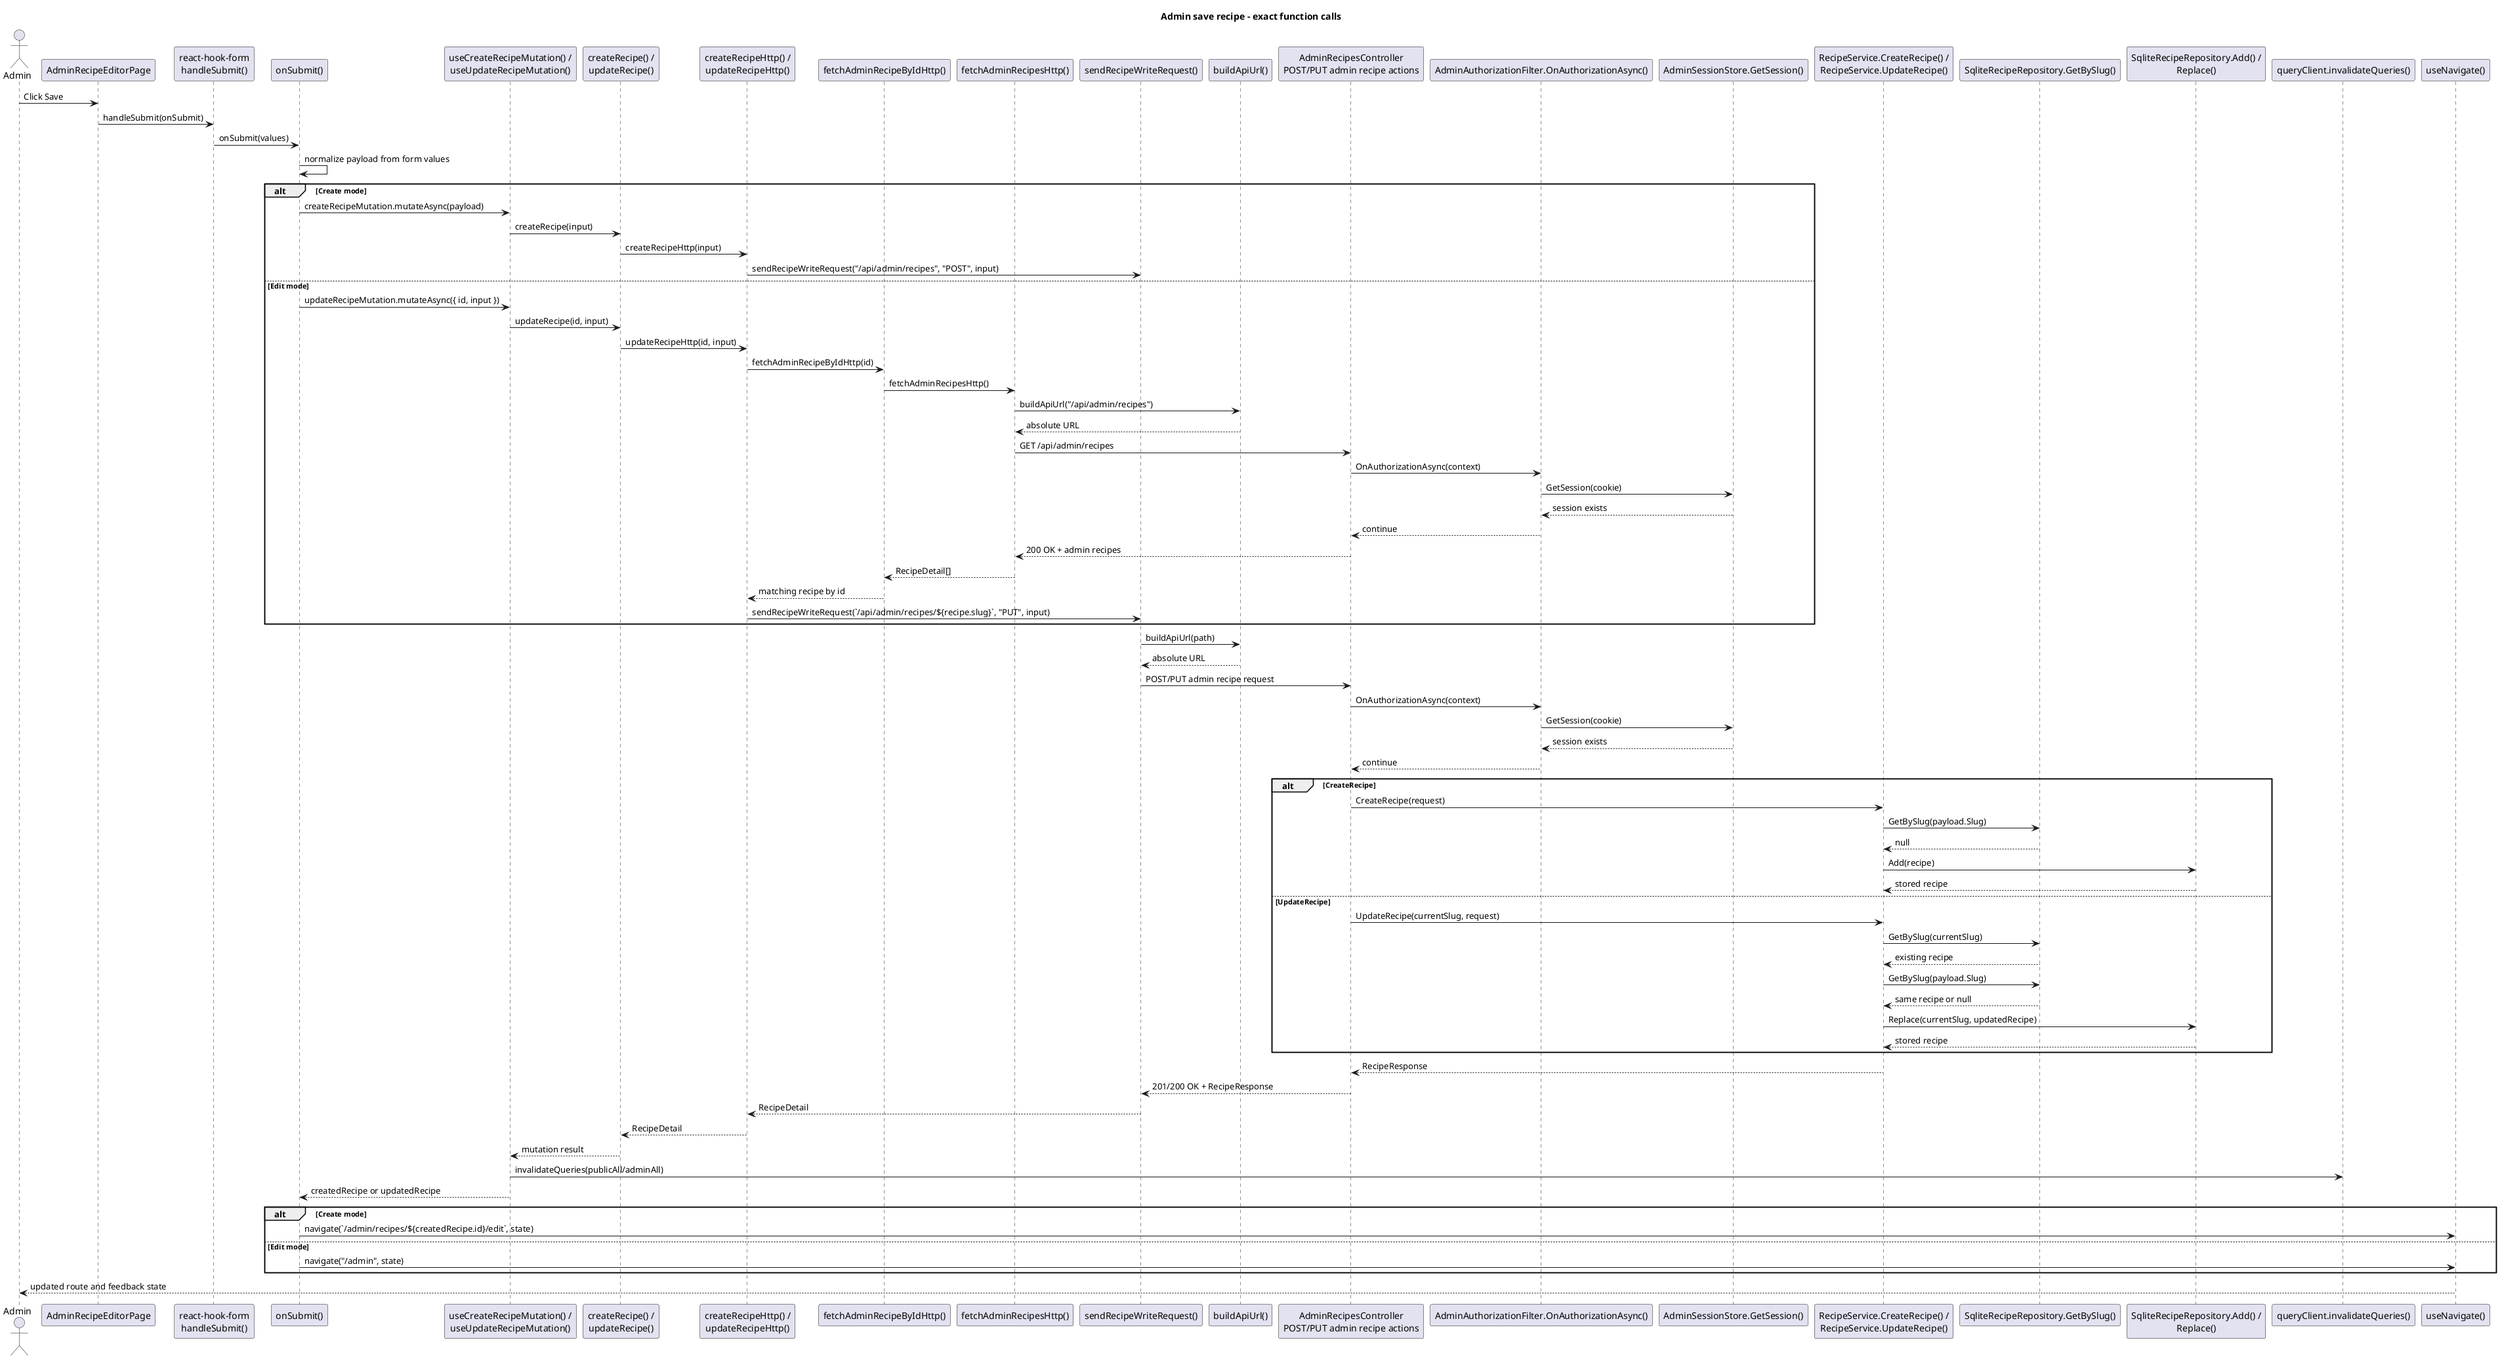
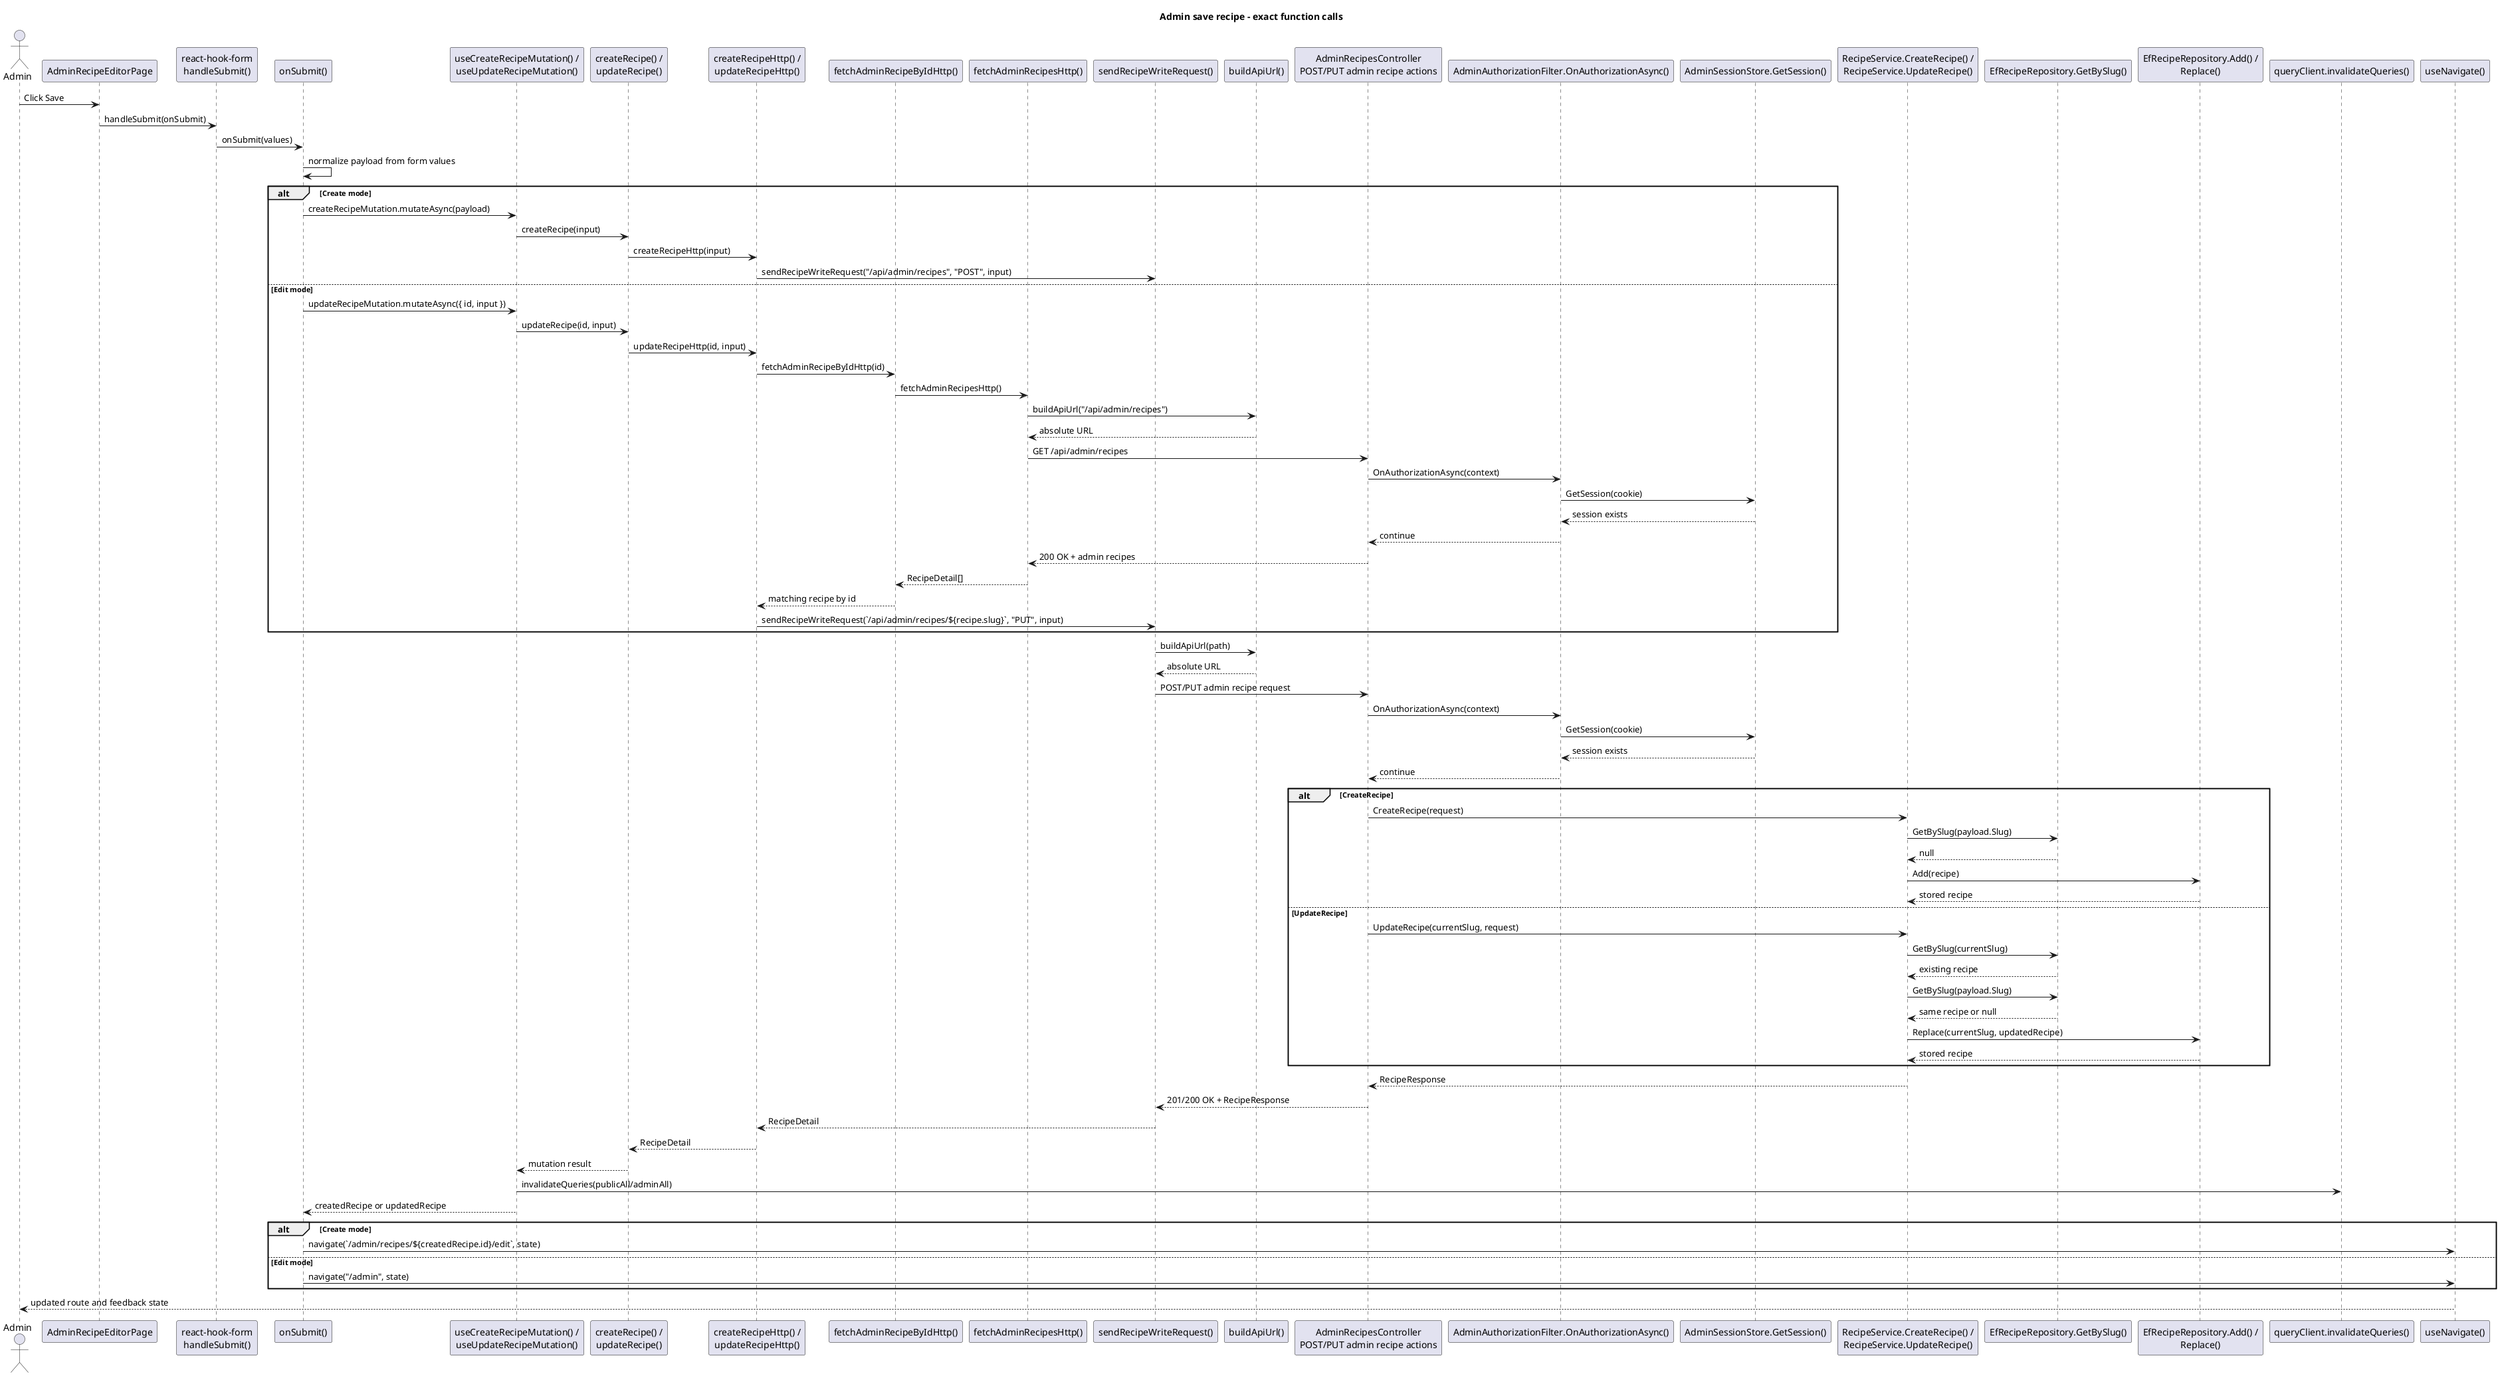
@startuml
title Admin save recipe - exact function calls

actor Admin
participant "AdminRecipeEditorPage" as EditorPage
participant "react-hook-form\nhandleSubmit()" as HandleSubmit
participant "onSubmit()" as OnSubmit
participant "useCreateRecipeMutation() /\nuseUpdateRecipeMutation()" as SaveMutation
participant "createRecipe() /\nupdateRecipe()" as RecipeApiFacade
participant "createRecipeHttp() /\nupdateRecipeHttp()" as RecipeHttpAdapter
participant "fetchAdminRecipeByIdHttp()" as FetchAdminByIdHttp
participant "fetchAdminRecipesHttp()" as FetchAdminRecipesHttp
participant "sendRecipeWriteRequest()" as SendWriteRequest
participant "buildApiUrl()" as BuildApiUrl
participant "AdminRecipesController\nPOST/PUT admin recipe actions" as AdminEndpoint
participant "AdminAuthorizationFilter.OnAuthorizationAsync()" as Filter
participant "AdminSessionStore.GetSession()" as GetSession
participant "RecipeService.CreateRecipe() /\nRecipeService.UpdateRecipe()" as RecipeService
- participant "SqliteRecipeRepository.GetBySlug()" as RepoGetBySlug
- participant "SqliteRecipeRepository.Add() /\nReplace()" as RepoWrite
+ participant "EfRecipeRepository.GetBySlug()" as RepoGetBySlug
+ participant "EfRecipeRepository.Add() /\nReplace()" as RepoWrite
participant "queryClient.invalidateQueries()" as InvalidateQueries
participant "useNavigate()" as Navigate

Admin -> EditorPage : Click Save
EditorPage -> HandleSubmit : handleSubmit(onSubmit)
HandleSubmit -> OnSubmit : onSubmit(values)
OnSubmit -> OnSubmit : normalize payload from form values

alt Create mode
  OnSubmit -> SaveMutation : createRecipeMutation.mutateAsync(payload)
  SaveMutation -> RecipeApiFacade : createRecipe(input)
  RecipeApiFacade -> RecipeHttpAdapter : createRecipeHttp(input)
  RecipeHttpAdapter -> SendWriteRequest : sendRecipeWriteRequest("/api/admin/recipes", "POST", input)
else Edit mode
  OnSubmit -> SaveMutation : updateRecipeMutation.mutateAsync({ id, input })
  SaveMutation -> RecipeApiFacade : updateRecipe(id, input)
  RecipeApiFacade -> RecipeHttpAdapter : updateRecipeHttp(id, input)
  RecipeHttpAdapter -> FetchAdminByIdHttp : fetchAdminRecipeByIdHttp(id)
  FetchAdminByIdHttp -> FetchAdminRecipesHttp : fetchAdminRecipesHttp()
  FetchAdminRecipesHttp -> BuildApiUrl : buildApiUrl("/api/admin/recipes")
  BuildApiUrl --> FetchAdminRecipesHttp : absolute URL
  FetchAdminRecipesHttp -> AdminEndpoint : GET /api/admin/recipes
  AdminEndpoint -> Filter : OnAuthorizationAsync(context)
  Filter -> GetSession : GetSession(cookie)
  GetSession --> Filter : session exists
  Filter --> AdminEndpoint : continue
  AdminEndpoint --> FetchAdminRecipesHttp : 200 OK + admin recipes
  FetchAdminRecipesHttp --> FetchAdminByIdHttp : RecipeDetail[]
  FetchAdminByIdHttp --> RecipeHttpAdapter : matching recipe by id
  RecipeHttpAdapter -> SendWriteRequest : sendRecipeWriteRequest(`/api/admin/recipes/${recipe.slug}`, "PUT", input)
end

SendWriteRequest -> BuildApiUrl : buildApiUrl(path)
BuildApiUrl --> SendWriteRequest : absolute URL
SendWriteRequest -> AdminEndpoint : POST/PUT admin recipe request
AdminEndpoint -> Filter : OnAuthorizationAsync(context)
Filter -> GetSession : GetSession(cookie)
GetSession --> Filter : session exists
Filter --> AdminEndpoint : continue

alt CreateRecipe
  AdminEndpoint -> RecipeService : CreateRecipe(request)
  RecipeService -> RepoGetBySlug : GetBySlug(payload.Slug)
  RepoGetBySlug --> RecipeService : null
  RecipeService -> RepoWrite : Add(recipe)
  RepoWrite --> RecipeService : stored recipe
else UpdateRecipe
  AdminEndpoint -> RecipeService : UpdateRecipe(currentSlug, request)
  RecipeService -> RepoGetBySlug : GetBySlug(currentSlug)
  RepoGetBySlug --> RecipeService : existing recipe
  RecipeService -> RepoGetBySlug : GetBySlug(payload.Slug)
  RepoGetBySlug --> RecipeService : same recipe or null
  RecipeService -> RepoWrite : Replace(currentSlug, updatedRecipe)
  RepoWrite --> RecipeService : stored recipe
end

RecipeService --> AdminEndpoint : RecipeResponse
AdminEndpoint --> SendWriteRequest : 201/200 OK + RecipeResponse
SendWriteRequest --> RecipeHttpAdapter : RecipeDetail
RecipeHttpAdapter --> RecipeApiFacade : RecipeDetail
RecipeApiFacade --> SaveMutation : mutation result
SaveMutation -> InvalidateQueries : invalidateQueries(publicAll/adminAll)
SaveMutation --> OnSubmit : createdRecipe or updatedRecipe

alt Create mode
  OnSubmit -> Navigate : navigate(`/admin/recipes/${createdRecipe.id}/edit`, state)
else Edit mode
  OnSubmit -> Navigate : navigate("/admin", state)
end

Navigate --> Admin : updated route and feedback state

@enduml
